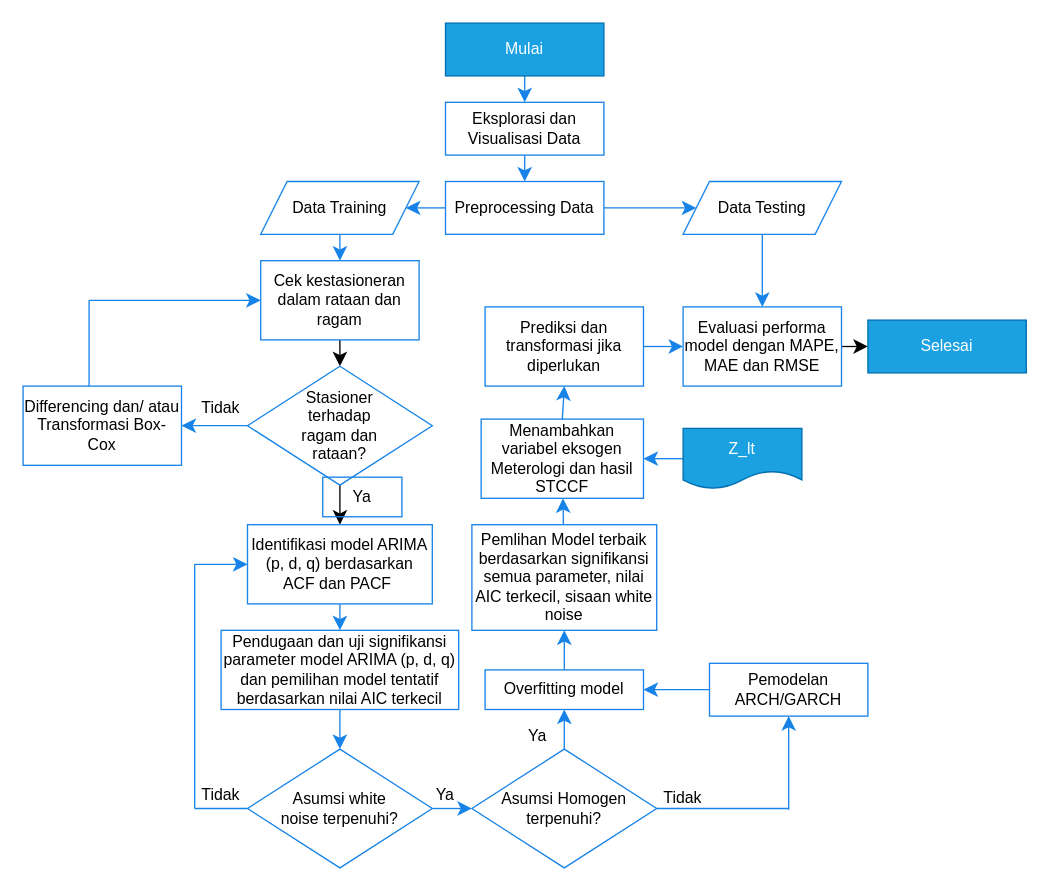
The draw.io diagram page "ARIMAX" (1 of 4) of Arimax Thesis.drawio in Andiilla/draw-io, before the edit. Source tidied: cells renumbered, new cells numbered last; positions are measured from the earlier drawing's top-left corner, leaving out a move shared by most shapes. Both pictures are drawn from the tidied source at 132%, with x=0, y=0 at pixel (22, 22).
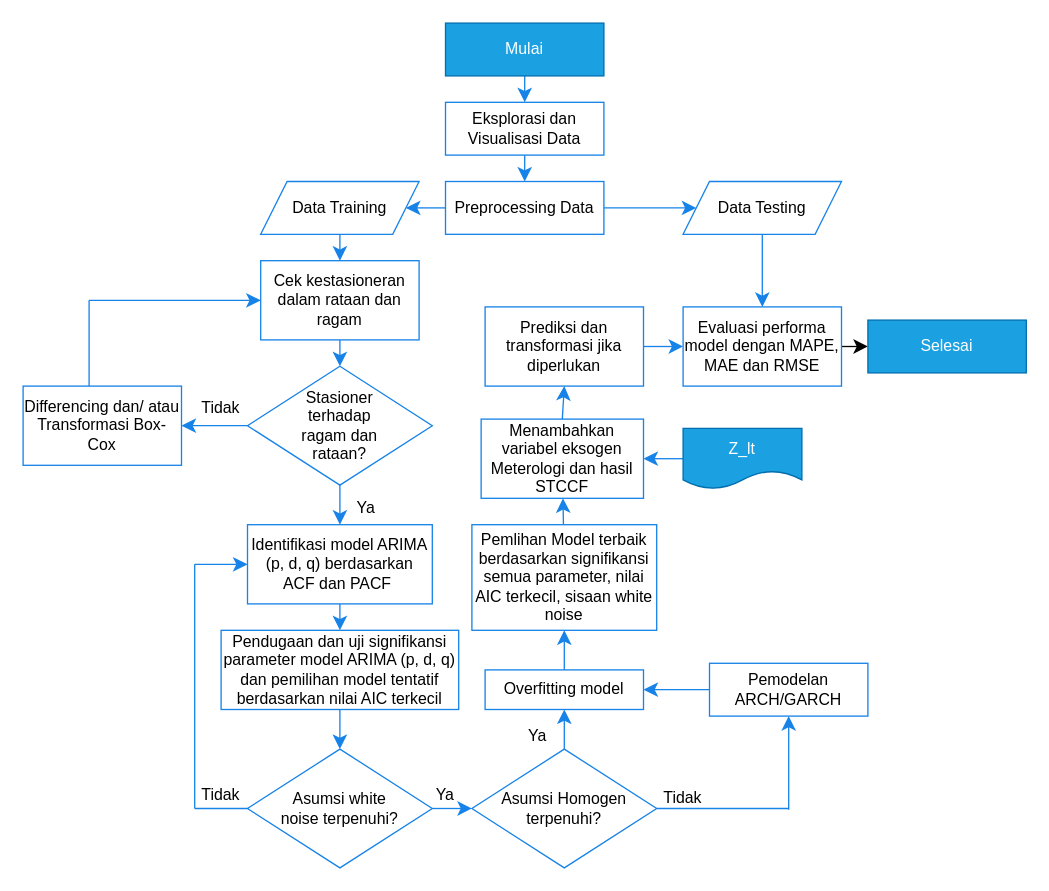
The same page after the edit.

The change refers to these unchanged cells:
```xml
<mxCell id="14" value="Cek kestasioneran dalam rataan dan ragam" style="whiteSpace=wrap;html=1;rounded=0;strokeColor=#1783E8;" parent="1" vertex="1">
  <mxGeometry x="180" y="180" width="120" height="60" as="geometry" />
</mxCell>
<mxCell id="17" style="rhombus;whiteSpace=wrap;html=1;strokeColor=#1783E8;rounded=0;" parent="1" vertex="1">
  <mxGeometry x="170" y="260" width="140" height="90" as="geometry" />
</mxCell>
<mxCell id="24" value="Identifikasi model ARIMA (p, d, q) berdasarkan ACF dan PACF&amp;nbsp;" style="whiteSpace=wrap;html=1;strokeColor=#1783E8;rounded=0;" parent="1" vertex="1">
  <mxGeometry x="170" y="380" width="140" height="60" as="geometry" />
</mxCell>
```

Change to the diagram source:
```diff
@@
-    <mxCell id="13" style="edgeStyle=none;curved=1;rounded=0;jettySize=auto;html=1;fontSize=12;startSize=8;endSize=8;" parent="1" edge="1" source="14" target="17">
+    <mxCell id="13" style="edgeStyle=none;curved=1;rounded=0;jettySize=auto;html=1;fontSize=12;startSize=8;endSize=8;strokeColor=#1783E8;" parent="1" edge="1" source="14" target="17">
       <mxGeometry relative="1" as="geometry" />
     </mxCell>
@@
-    <mxCell id="15" style="edgeStyle=none;curved=1;rounded=0;jettySize=auto;html=1;fontSize=12;startSize=8;endSize=8;" parent="1" edge="1" source="17" target="24">
+    <mxCell id="15" style="edgeStyle=none;curved=1;rounded=0;jettySize=auto;html=1;fontSize=12;startSize=8;endSize=8;strokeColor=#1783E8;" parent="1" edge="1" source="17" target="24">
       <mxGeometry relative="1" as="geometry" />
     </mxCell>
@@
-    <mxCell id="25" value="Ya" style="text;html=1;align=center;verticalAlign=middle;whiteSpace=wrap;rounded=0;strokeColor=#1783E8;" parent="1" vertex="1">
-      <mxGeometry x="227" y="344" width="60" height="30" as="geometry" />
+    <mxCell id="25" value="Ya" style="text;html=1;align=center;verticalAlign=middle;whiteSpace=wrap;rounded=0;strokeColor=none;" parent="1" vertex="1">
+      <mxGeometry x="230" y="353" width="60" height="30" as="geometry" />
     </mxCell>
```
